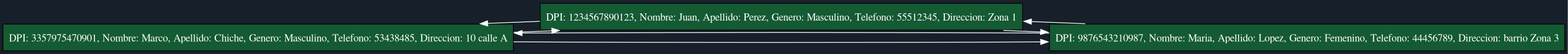
Above: Rapidito/Lista_Dob.png in Marco131-xel/Edd_Proyecto2 (Graphviz), before the change. Its source is kept beside it as Rapidito/Lista_Dob.dot.
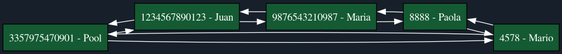
The same file after the commit.

The edit, as a diff of the source:
```diff
@@ -3,13 +3,19 @@
 node [shape=record, style=filled, fillcolor="#145a32", fontcolor=white];
 edge [color=white];
 rankdir=LR;
-nodo0 [label="DPI: 3357975470901, Nombre:  Marco, Apellido:  Chiche, Genero:  Masculino, Telefono:  53438485, Direccion:  10 calle A"];
-nodo1 [label="DPI: 1234567890123, Nombre:  Juan, Apellido:  Perez, Genero:  Masculino, Telefono:  55512345, Direccion:  Zona 1"];
-nodo2 [label="DPI: 9876543210987, Nombre:  Maria, Apellido:  Lopez, Genero:  Femenino, Telefono:  44456789, Direccion:  barrio Zona 3"];
+nodo0 [label="3357975470901 - Pool"];
+nodo1 [label="1234567890123 -  Juan"];
+nodo2 [label="9876543210987 -  Maria"];
+nodo3 [label="8888 - Paola"];
+nodo4 [label="4578 - Mario"];
 nodo0 -> nodo1;
 nodo1 -> nodo0;
 nodo1 -> nodo2;
 nodo2 -> nodo1;
-nodo2 -> nodo0;
-nodo0 -> nodo2;
+nodo2 -> nodo3;
+nodo3 -> nodo2;
+nodo3 -> nodo4;
+nodo4 -> nodo3;
+nodo4 -> nodo0;
+nodo0 -> nodo4;
 }
```
